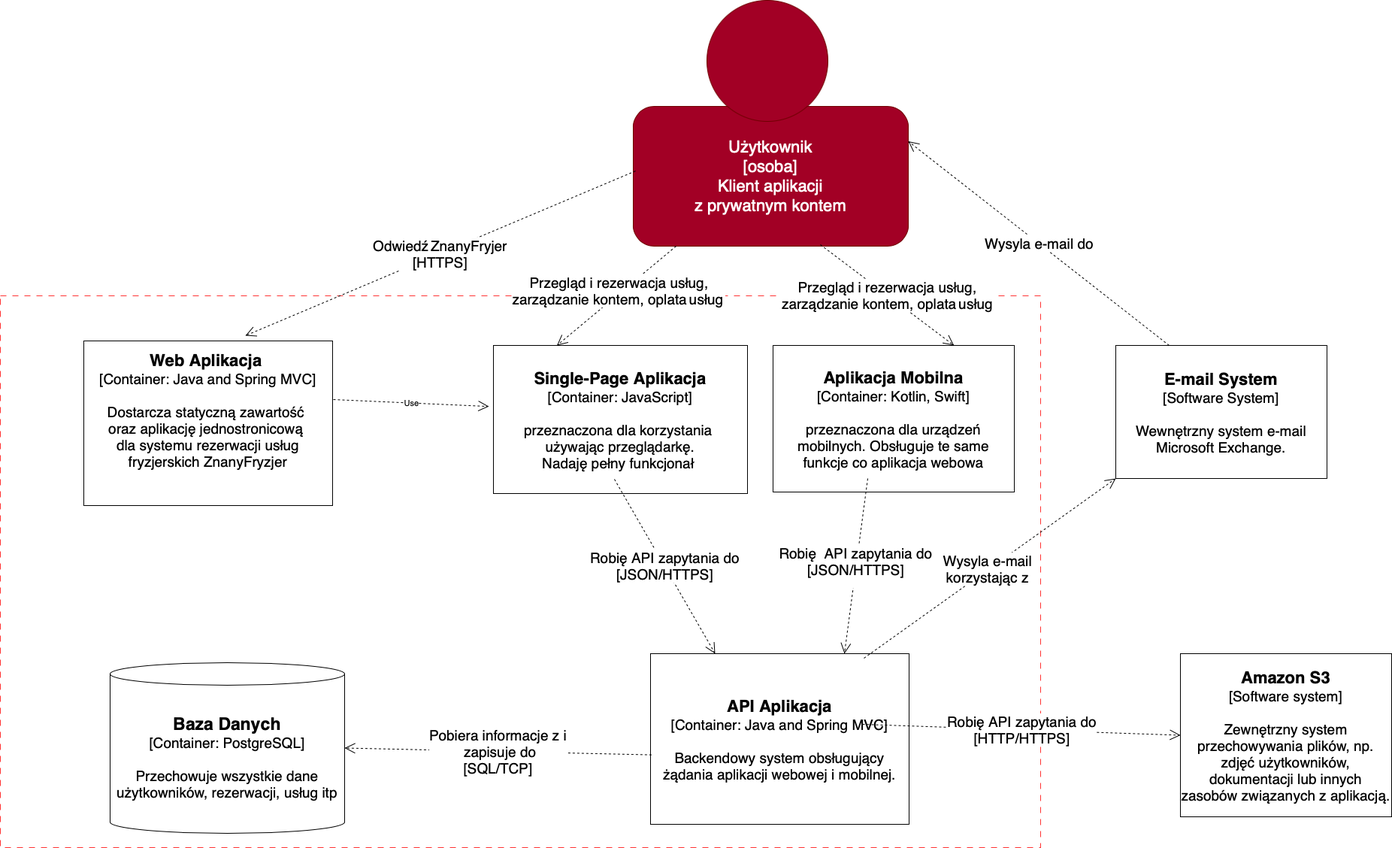
Earlier version of the draw.io export Diagramy/ContainerDiagram.png (batushka11/IO). Source tidied: cells renumbered, new cells last; positions are measured from the earlier drawing's top-left corner, leaving out a move shared by most shapes.
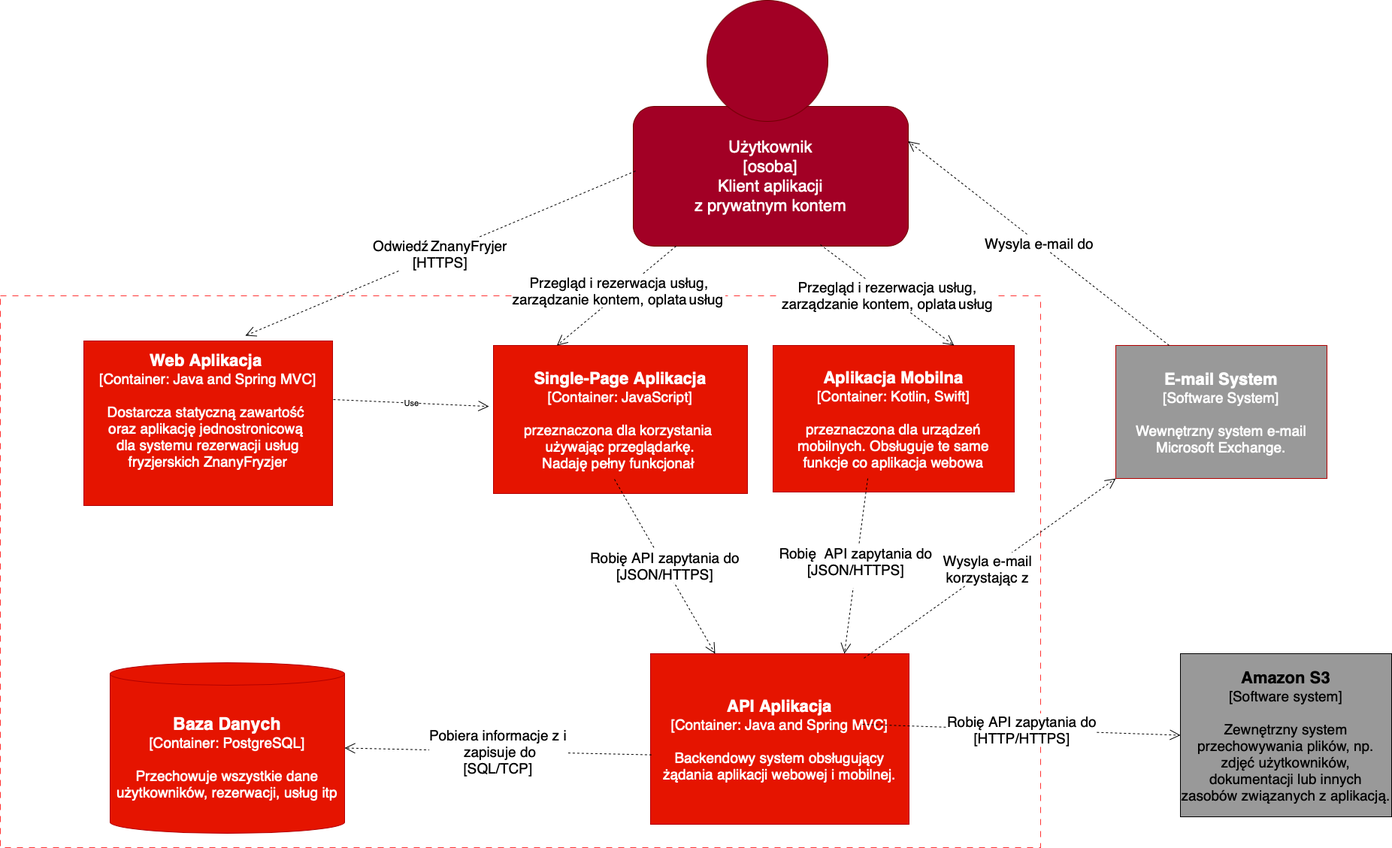
Later version of the same file.

Commit message:
fix: add color container diagram

Diff of the diagram source:
```diff
@@ -11,25 +11,25 @@
     <mxCell id="4" style="ellipse;whiteSpace=wrap;html=1;fillColor=#a20025;fontColor=#ffffff;strokeColor=#6F0000;" parent="1" vertex="1">
       <mxGeometry x="940" width="161" height="161" as="geometry" />
     </mxCell>
-    <mxCell id="5" value="&lt;font&gt;&lt;b&gt;&lt;font style=&quot;font-size: 22px;&quot;&gt;Web Aplikacja&lt;/font&gt;&lt;/b&gt;&lt;span style=&quot;font-size: 19px;&quot;&gt;&amp;nbsp;&lt;/span&gt;&lt;/font&gt;&lt;div&gt;&lt;font style=&quot;font-size: 19px;&quot;&gt;[Container: Java and Spring MVC]&lt;/font&gt;&lt;/div&gt;&lt;div&gt;&lt;font style=&quot;font-size: 19px;&quot;&gt;&lt;br&gt;&lt;/font&gt;&lt;/div&gt;&lt;div&gt;&lt;font style=&quot;font-size: 19px;&quot;&gt;&lt;span style=&quot;text-align: start;&quot;&gt;Dostarcza statyczną zawartość&amp;nbsp;&lt;/span&gt;&lt;/font&gt;&lt;/div&gt;&lt;div&gt;&lt;font style=&quot;font-size: 19px;&quot;&gt;&lt;span style=&quot;text-align: start;&quot;&gt;oraz aplikację jednostronicową&amp;nbsp;&lt;/span&gt;&lt;/font&gt;&lt;/div&gt;&lt;div&gt;&lt;font&gt;&lt;span style=&quot;text-align: start;&quot;&gt;&lt;font style=&quot;font-size: 19px;&quot;&gt;dla systemu rezerwacji usług fryzjerskich ZnanyFryzjer&lt;/font&gt;&lt;/span&gt;&lt;br&gt;&lt;/font&gt;&lt;/div&gt;&lt;div&gt;&lt;span style=&quot;font-size: 19px;&quot;&gt;&lt;br&gt;&lt;/span&gt;&lt;div&gt;&lt;br&gt;&lt;/div&gt;&lt;/div&gt;" style="rounded=0;whiteSpace=wrap;html=1;" parent="1" vertex="1">
+    <mxCell id="5" value="&lt;font&gt;&lt;b&gt;&lt;font style=&quot;font-size: 22px;&quot;&gt;Web Aplikacja&lt;/font&gt;&lt;/b&gt;&lt;span style=&quot;font-size: 19px;&quot;&gt;&amp;nbsp;&lt;/span&gt;&lt;/font&gt;&lt;div&gt;&lt;font style=&quot;font-size: 19px;&quot;&gt;[Container: Java and Spring MVC]&lt;/font&gt;&lt;/div&gt;&lt;div&gt;&lt;font style=&quot;font-size: 19px;&quot;&gt;&lt;br&gt;&lt;/font&gt;&lt;/div&gt;&lt;div&gt;&lt;font style=&quot;font-size: 19px;&quot;&gt;&lt;span style=&quot;text-align: start;&quot;&gt;Dostarcza statyczną zawartość&amp;nbsp;&lt;/span&gt;&lt;/font&gt;&lt;/div&gt;&lt;div&gt;&lt;font style=&quot;font-size: 19px;&quot;&gt;&lt;span style=&quot;text-align: start;&quot;&gt;oraz aplikację jednostronicową&amp;nbsp;&lt;/span&gt;&lt;/font&gt;&lt;/div&gt;&lt;div&gt;&lt;font&gt;&lt;span style=&quot;text-align: start;&quot;&gt;&lt;font style=&quot;font-size: 19px;&quot;&gt;dla systemu rezerwacji usług fryzjerskich ZnanyFryzjer&lt;/font&gt;&lt;/span&gt;&lt;br&gt;&lt;/font&gt;&lt;/div&gt;&lt;div&gt;&lt;span style=&quot;font-size: 19px;&quot;&gt;&lt;br&gt;&lt;/span&gt;&lt;div&gt;&lt;br&gt;&lt;/div&gt;&lt;/div&gt;" style="rounded=0;whiteSpace=wrap;html=1;fillColor=#e51400;fontColor=#ffffff;strokeColor=#B20000;" parent="1" vertex="1">
       <mxGeometry x="111" y="453" width="331" height="219" as="geometry" />
     </mxCell>
-    <mxCell id="6" value="&lt;font style=&quot;font-size: 22px;&quot;&gt;&lt;b&gt;Single-Page Aplikacja&lt;/b&gt;&lt;/font&gt;&lt;div&gt;&lt;font style=&quot;font-size: 19px;&quot;&gt;[Container: JavaScript]&lt;/font&gt;&lt;/div&gt;&lt;div&gt;&lt;font style=&quot;font-size: 19px;&quot;&gt;&lt;br&gt;&lt;/font&gt;&lt;/div&gt;&lt;div style=&quot;text-align: center;&quot;&gt;&lt;font&gt;&lt;span style=&quot;font-size: 19px; text-align: start;&quot;&gt;p&lt;/span&gt;&lt;span style=&quot;text-align: start;&quot;&gt;&lt;span style=&quot;font-size: 19px;&quot;&gt;rzeznaczona dla korzystania&amp;nbsp;&lt;/span&gt;&lt;/span&gt;&lt;/font&gt;&lt;/div&gt;&lt;div style=&quot;text-align: center;&quot;&gt;&lt;font&gt;&lt;span style=&quot;text-align: start;&quot;&gt;&lt;span style=&quot;font-size: 19px;&quot;&gt;używając przeglądarkę.&lt;/span&gt;&lt;/span&gt;&lt;/font&gt;&lt;/div&gt;&lt;div style=&quot;text-align: center;&quot;&gt;&lt;font&gt;&lt;span style=&quot;text-align: start;&quot;&gt;&lt;span style=&quot;font-size: 19px;&quot;&gt;&amp;nbsp;&lt;/span&gt;&lt;/span&gt;&lt;span style=&quot;font-size: 19px;&quot;&gt;Nadaję pełny funkcjonał &amp;nbsp;&lt;/span&gt;&lt;br&gt;&lt;/font&gt;&lt;/div&gt;" style="rounded=0;whiteSpace=wrap;html=1;" parent="1" vertex="1">
+    <mxCell id="6" value="&lt;font style=&quot;font-size: 22px;&quot;&gt;&lt;b&gt;Single-Page Aplikacja&lt;/b&gt;&lt;/font&gt;&lt;div&gt;&lt;font style=&quot;font-size: 19px;&quot;&gt;[Container: JavaScript]&lt;/font&gt;&lt;/div&gt;&lt;div&gt;&lt;font style=&quot;font-size: 19px;&quot;&gt;&lt;br&gt;&lt;/font&gt;&lt;/div&gt;&lt;div style=&quot;text-align: center;&quot;&gt;&lt;font&gt;&lt;span style=&quot;font-size: 19px; text-align: start;&quot;&gt;p&lt;/span&gt;&lt;span style=&quot;text-align: start;&quot;&gt;&lt;span style=&quot;font-size: 19px;&quot;&gt;rzeznaczona dla korzystania&amp;nbsp;&lt;/span&gt;&lt;/span&gt;&lt;/font&gt;&lt;/div&gt;&lt;div style=&quot;text-align: center;&quot;&gt;&lt;font&gt;&lt;span style=&quot;text-align: start;&quot;&gt;&lt;span style=&quot;font-size: 19px;&quot;&gt;używając przeglądarkę.&lt;/span&gt;&lt;/span&gt;&lt;/font&gt;&lt;/div&gt;&lt;div style=&quot;text-align: center;&quot;&gt;&lt;font&gt;&lt;span style=&quot;text-align: start;&quot;&gt;&lt;span style=&quot;font-size: 19px;&quot;&gt;&amp;nbsp;&lt;/span&gt;&lt;/span&gt;&lt;span style=&quot;font-size: 19px;&quot;&gt;Nadaję pełny funkcjonał &amp;nbsp;&lt;/span&gt;&lt;br&gt;&lt;/font&gt;&lt;/div&gt;" style="rounded=0;whiteSpace=wrap;html=1;fillColor=#e51400;fontColor=#ffffff;strokeColor=#B20000;" parent="1" vertex="1">
       <mxGeometry x="656" y="459" width="338" height="197" as="geometry" />
     </mxCell>
-    <mxCell id="7" value="&lt;font style=&quot;font-size: 22px;&quot;&gt;&lt;b&gt;Aplikacja Mobilna&lt;/b&gt;&lt;/font&gt;&lt;div&gt;&lt;font style=&quot;font-size: 19px;&quot;&gt;[Container: Kotlin, Swift]&lt;/font&gt;&lt;/div&gt;&lt;div&gt;&lt;font style=&quot;font-size: 19px;&quot;&gt;&lt;br&gt;&lt;/font&gt;&lt;/div&gt;&lt;div&gt;&lt;font&gt;&lt;font style=&quot;font-size: 19px;&quot;&gt;&lt;span style=&quot;text-align: start;&quot;&gt;p&lt;/span&gt;&lt;span style=&quot;text-align: start;&quot;&gt;&lt;font&gt;rzeznaczona dla urządzeń mobilnych. Obsługuje te same funkcje co aplikacja webowa&lt;/font&gt;&lt;/span&gt;&lt;/font&gt;&lt;br&gt;&lt;/font&gt;&lt;/div&gt;" style="rounded=0;whiteSpace=wrap;html=1;" parent="1" vertex="1">
+    <mxCell id="7" value="&lt;font style=&quot;font-size: 22px;&quot;&gt;&lt;b&gt;Aplikacja Mobilna&lt;/b&gt;&lt;/font&gt;&lt;div&gt;&lt;font style=&quot;font-size: 19px;&quot;&gt;[Container: Kotlin, Swift]&lt;/font&gt;&lt;/div&gt;&lt;div&gt;&lt;font style=&quot;font-size: 19px;&quot;&gt;&lt;br&gt;&lt;/font&gt;&lt;/div&gt;&lt;div&gt;&lt;font&gt;&lt;font style=&quot;font-size: 19px;&quot;&gt;&lt;span style=&quot;text-align: start;&quot;&gt;p&lt;/span&gt;&lt;span style=&quot;text-align: start;&quot;&gt;&lt;font&gt;rzeznaczona dla urządzeń mobilnych. Obsługuje te same funkcje co aplikacja webowa&lt;/font&gt;&lt;/span&gt;&lt;/font&gt;&lt;br&gt;&lt;/font&gt;&lt;/div&gt;" style="rounded=0;whiteSpace=wrap;html=1;fillColor=#e51400;fontColor=#ffffff;strokeColor=#B20000;" parent="1" vertex="1">
       <mxGeometry x="1028" y="459" width="321" height="195" as="geometry" />
     </mxCell>
-    <mxCell id="8" value="&lt;font style=&quot;font-size: 22px;&quot;&gt;&lt;b&gt;E-mail System&lt;/b&gt;&lt;/font&gt;&lt;div&gt;&lt;font style=&quot;font-size: 19px;&quot;&gt;[Software System]&lt;/font&gt;&lt;/div&gt;&lt;div&gt;&lt;font style=&quot;font-size: 19px;&quot;&gt;&lt;br&gt;&lt;/font&gt;&lt;/div&gt;&lt;div&gt;&lt;font&gt;&lt;font style=&quot;font-size: 19px;&quot;&gt;Wewnętrzny system e-mail Microsoft Exchange.&lt;/font&gt;&lt;br&gt;&lt;/font&gt;&lt;/div&gt;" style="rounded=0;whiteSpace=wrap;html=1;" parent="1" vertex="1">
+    <mxCell id="8" value="&lt;font style=&quot;font-size: 22px;&quot;&gt;&lt;b&gt;E-mail System&lt;/b&gt;&lt;/font&gt;&lt;div&gt;&lt;font style=&quot;font-size: 19px;&quot;&gt;[Software System]&lt;/font&gt;&lt;/div&gt;&lt;div&gt;&lt;font style=&quot;font-size: 19px;&quot;&gt;&lt;br&gt;&lt;/font&gt;&lt;/div&gt;&lt;div&gt;&lt;font&gt;&lt;font style=&quot;font-size: 19px;&quot;&gt;Wewnętrzny system e-mail Microsoft Exchange.&lt;/font&gt;&lt;br&gt;&lt;/font&gt;&lt;/div&gt;" style="rounded=0;whiteSpace=wrap;html=1;fillColor=#999999;fontColor=#ffffff;strokeColor=#B20000;" parent="1" vertex="1">
       <mxGeometry x="1484" y="459" width="281" height="177" as="geometry" />
     </mxCell>
-    <mxCell id="9" value="&lt;font style=&quot;font-size: 23px;&quot;&gt;&lt;b&gt;Baza Danych&lt;/b&gt;&lt;/font&gt;&lt;div&gt;&lt;font style=&quot;font-size: 19px;&quot;&gt;[Container: PostgreSQL]&lt;/font&gt;&lt;/div&gt;&lt;div&gt;&lt;font style=&quot;font-size: 19px;&quot;&gt;&lt;br&gt;&lt;/font&gt;&lt;/div&gt;&lt;div&gt;&lt;font&gt;&lt;span style=&quot;text-align: start;&quot;&gt;&lt;font style=&quot;font-size: 19px;&quot;&gt;Przechowuje wszystkie dane użytkowników, rezerwacji, usług itp&lt;/font&gt;&lt;/span&gt;&lt;br&gt;&lt;/font&gt;&lt;/div&gt;" style="shape=cylinder3;whiteSpace=wrap;html=1;boundedLbl=1;backgroundOutline=1;size=15;" parent="1" vertex="1">
+    <mxCell id="9" value="&lt;font style=&quot;font-size: 23px;&quot;&gt;&lt;b&gt;Baza Danych&lt;/b&gt;&lt;/font&gt;&lt;div&gt;&lt;font style=&quot;font-size: 19px;&quot;&gt;[Container: PostgreSQL]&lt;/font&gt;&lt;/div&gt;&lt;div&gt;&lt;font style=&quot;font-size: 19px;&quot;&gt;&lt;br&gt;&lt;/font&gt;&lt;/div&gt;&lt;div&gt;&lt;font&gt;&lt;span style=&quot;text-align: start;&quot;&gt;&lt;font style=&quot;font-size: 19px;&quot;&gt;Przechowuje wszystkie dane użytkowników, rezerwacji, usług itp&lt;/font&gt;&lt;/span&gt;&lt;br&gt;&lt;/font&gt;&lt;/div&gt;" style="shape=cylinder3;whiteSpace=wrap;html=1;boundedLbl=1;backgroundOutline=1;size=15;fillColor=#e51400;fontColor=#ffffff;strokeColor=#B20000;" parent="1" vertex="1">
       <mxGeometry x="146" y="881" width="312" height="227" as="geometry" />
     </mxCell>
-    <mxCell id="10" value="&lt;font style=&quot;font-size: 22px;&quot;&gt;&lt;b&gt;API Aplikacja&lt;/b&gt;&lt;/font&gt;&lt;div&gt;&lt;font style=&quot;font-size: 19px;&quot;&gt;[Container: Java and Spring MVC]&lt;/font&gt;&lt;/div&gt;&lt;div&gt;&lt;font style=&quot;font-size: 19px;&quot;&gt;&lt;br&gt;&lt;/font&gt;&lt;/div&gt;&lt;div&gt;&lt;font&gt;&lt;span style=&quot;text-align: start;&quot;&gt;&lt;font style=&quot;font-size: 19px;&quot;&gt;Backendowy system obsługujący żądania aplikacji webowej i mobilnej.&lt;/font&gt;&lt;/span&gt;&lt;br&gt;&lt;/font&gt;&lt;/div&gt;" style="rounded=0;whiteSpace=wrap;html=1;" parent="1" vertex="1">
+    <mxCell id="10" value="&lt;font style=&quot;font-size: 22px;&quot;&gt;&lt;b&gt;API Aplikacja&lt;/b&gt;&lt;/font&gt;&lt;div&gt;&lt;font style=&quot;font-size: 19px;&quot;&gt;[Container: Java and Spring MVC]&lt;/font&gt;&lt;/div&gt;&lt;div&gt;&lt;font style=&quot;font-size: 19px;&quot;&gt;&lt;br&gt;&lt;/font&gt;&lt;/div&gt;&lt;div&gt;&lt;font&gt;&lt;span style=&quot;text-align: start;&quot;&gt;&lt;font style=&quot;font-size: 19px;&quot;&gt;Backendowy system obsługujący żądania aplikacji webowej i mobilnej.&lt;/font&gt;&lt;/span&gt;&lt;br&gt;&lt;/font&gt;&lt;/div&gt;" style="rounded=0;whiteSpace=wrap;html=1;fillColor=#e51400;fontColor=#ffffff;strokeColor=#B20000;" parent="1" vertex="1">
       <mxGeometry x="865" y="869" width="344" height="227" as="geometry" />
     </mxCell>
-    <mxCell id="11" value="&lt;font style=&quot;font-size: 22px;&quot;&gt;&lt;b&gt;Amazon S3&lt;/b&gt;&lt;/font&gt;&lt;div&gt;&lt;font style=&quot;font-size: 19px;&quot;&gt;[Software system]&lt;/font&gt;&lt;/div&gt;&lt;div&gt;&lt;font style=&quot;font-size: 19px;&quot;&gt;&lt;br&gt;&lt;/font&gt;&lt;/div&gt;&lt;div&gt;&lt;font&gt;&lt;span style=&quot;text-align: start;&quot;&gt;&lt;font style=&quot;font-size: 19px;&quot;&gt;Zewnętrzny system przechowywania plików, np. zdjęć użytkowników, dokumentacji lub innych zasobów związanych z aplikacją.&lt;/font&gt;&lt;/span&gt;&lt;br&gt;&lt;/font&gt;&lt;/div&gt;" style="rounded=0;whiteSpace=wrap;html=1;" parent="1" vertex="1">
+    <mxCell id="11" value="&lt;font style=&quot;font-size: 22px;&quot;&gt;&lt;b&gt;Amazon S3&lt;/b&gt;&lt;/font&gt;&lt;div&gt;&lt;font style=&quot;font-size: 19px;&quot;&gt;[Software system]&lt;/font&gt;&lt;/div&gt;&lt;div&gt;&lt;font style=&quot;font-size: 19px;&quot;&gt;&lt;br&gt;&lt;/font&gt;&lt;/div&gt;&lt;div&gt;&lt;font&gt;&lt;span style=&quot;text-align: start;&quot;&gt;&lt;font style=&quot;font-size: 19px;&quot;&gt;Zewnętrzny system przechowywania plików, np. zdjęć użytkowników, dokumentacji lub innych zasobów związanych z aplikacją.&lt;/font&gt;&lt;/span&gt;&lt;br&gt;&lt;/font&gt;&lt;/div&gt;" style="rounded=0;whiteSpace=wrap;html=1;fillColor=#999999;" parent="1" vertex="1">
       <mxGeometry x="1570" y="869" width="281" height="217" as="geometry" />
     </mxCell>
     <mxCell id="12" value="&lt;font style=&quot;font-size: 19px;&quot;&gt;Odwiedź&lt;/font&gt; &lt;font style=&quot;font-size: 19px;&quot;&gt;ZnanyFryjer&lt;/font&gt;&lt;div&gt;&lt;font style=&quot;font-size: 19px;&quot;&gt;[HTTPS]&lt;/font&gt;&lt;/div&gt;" style="endArrow=open;endSize=12;dashed=1;html=1;rounded=0;" parent="1" edge="1">
```
